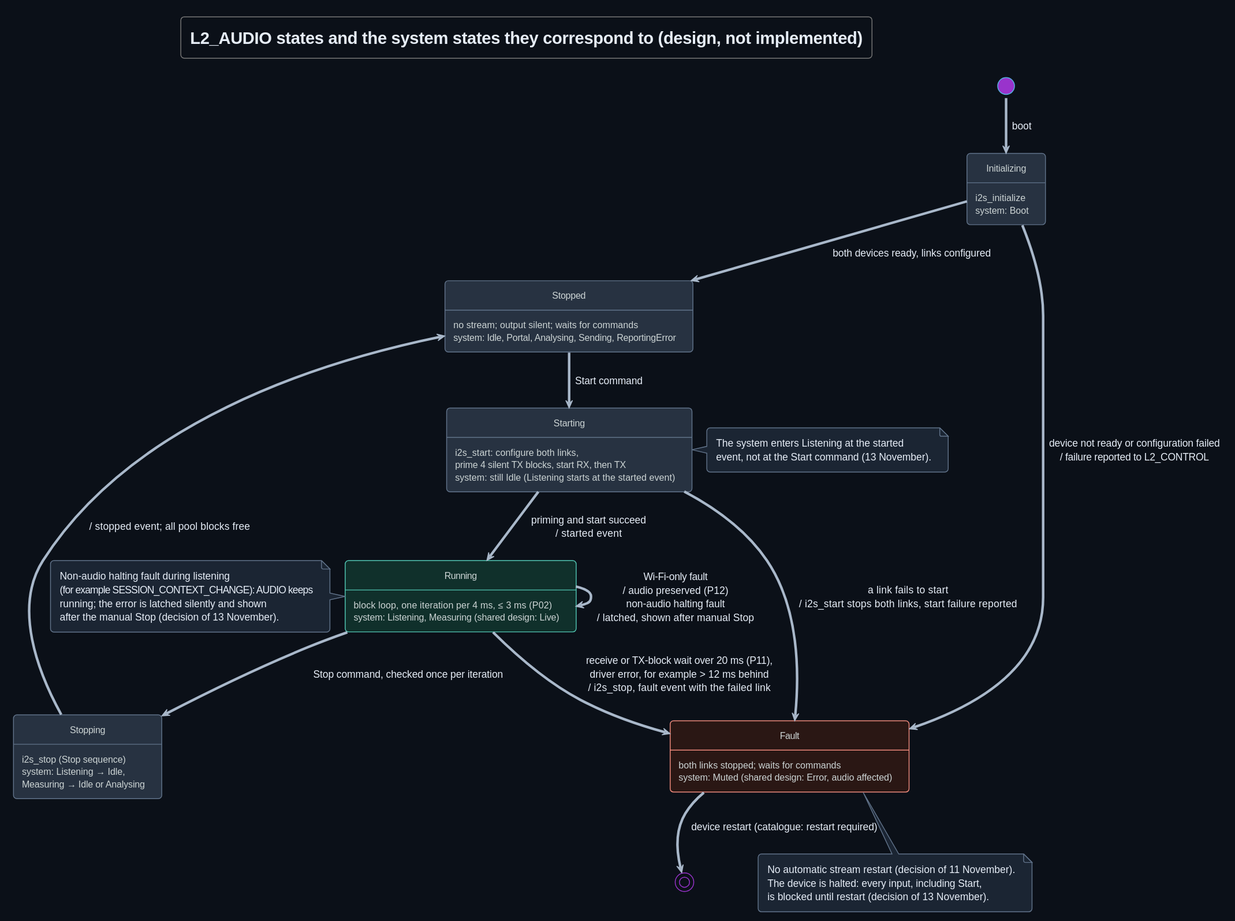
DemonicPsychoII/DigitalStethoscope keeps this PlantUML diagram as Development/system/design/AUDIO/rendered/audio_state.svg. Above is the earlier version. Its diagram source:
```plantuml
@startuml
!theme cyborg
!pragma layout smetana
skinparam shadowing false
skinparam defaultFontName SansSerif
skinparam backgroundColor #0b1018
skinparam defaultFontColor #e6edf7
skinparam ArrowColor #a9b8ca
skinparam ArrowFontColor #e6edf7
skinparam state {
 BackgroundColor #273241
 BorderColor #61738a
 FontColor #e6edf7
 AttributeFontColor #cdd5d5
 BackgroundColor<<running>> #10302b
 BorderColor<<running>> #52c7b4
 BackgroundColor<<fault>> #2a1714
 BorderColor<<fault>> #f08a7c
 BackgroundColor<<unclear>> #3a3320
 BorderColor<<unclear>> #dcbb63
}
skinparam note {
 BackgroundColor #1b2533
 BorderColor #61738a
 FontColor #e6edf7
}
title L2_AUDIO states and the system states they correspond to (design, not implemented)
hide empty description
state "Initializing" as Initializing : i2s_initialize\nsystem: Boot
state "Stopped" as Stopped : no stream; output silent; waits for commands\nsystem: Idle, Portal, Analysing, Sending, ReportingError
state "Starting" as Starting : i2s_start: configure both links,\nprime 4 silent TX blocks, start RX, then TX\nsystem: still Idle (Listening starts at the started event)
state "Running" as Running <<running>> : block loop, one iteration per 4 ms, ≤ 3 ms (P02)\nsystem: Listening, Measuring (shared design: Live)
state "Stopping" as Stopping : i2s_stop (Stop sequence)\nsystem: Listening → Idle,\nMeasuring → Idle or Analysing
state "Fault" as Fault <<fault>> : both links stopped; waits for commands\nsystem: Muted (shared design: Error, audio affected)
[*] --> Initializing : boot
Initializing --> Stopped : both devices ready, links configured
Initializing --> Fault : device not ready or configuration failed\n/ failure reported to L2_CONTROL
Stopped --> Starting : Start command
Starting --> Running : priming and start succeed\n/ started event
Starting --> Fault : a link fails to start\n/ i2s_start stops both links, start failure reported
Running --> Stopping : Stop command, checked once per iteration
Stopping --> Stopped : / stopped event; all pool blocks free
Running --> Fault : receive or TX-block wait over 20 ms (P11),\ndriver error, for example > 12 ms behind\n/ i2s_stop, fault event with the failed link
Running --> Running : Wi-Fi-only fault\n/ audio preserved (P12)\nnon-audio halting fault\n/ latched, shown after manual Stop
Fault --> [*] : device restart (catalogue: restart required)
note bottom of Fault
  No automatic stream restart (decision of 11 November).
  The device is halted: every input, including Start,
  is blocked until restart (decision of 13 November).
end note
note left of Running
  Non-audio halting fault during listening
  (for example SESSION_CONTEXT_CHANGE): AUDIO keeps
  running; the error is latched silently and shown
  after the manual Stop (decision of 13 November).
end note
note right of Starting
  The system enters Listening at the started
  event, not at the Start command (13 November).
end note
@enduml
```
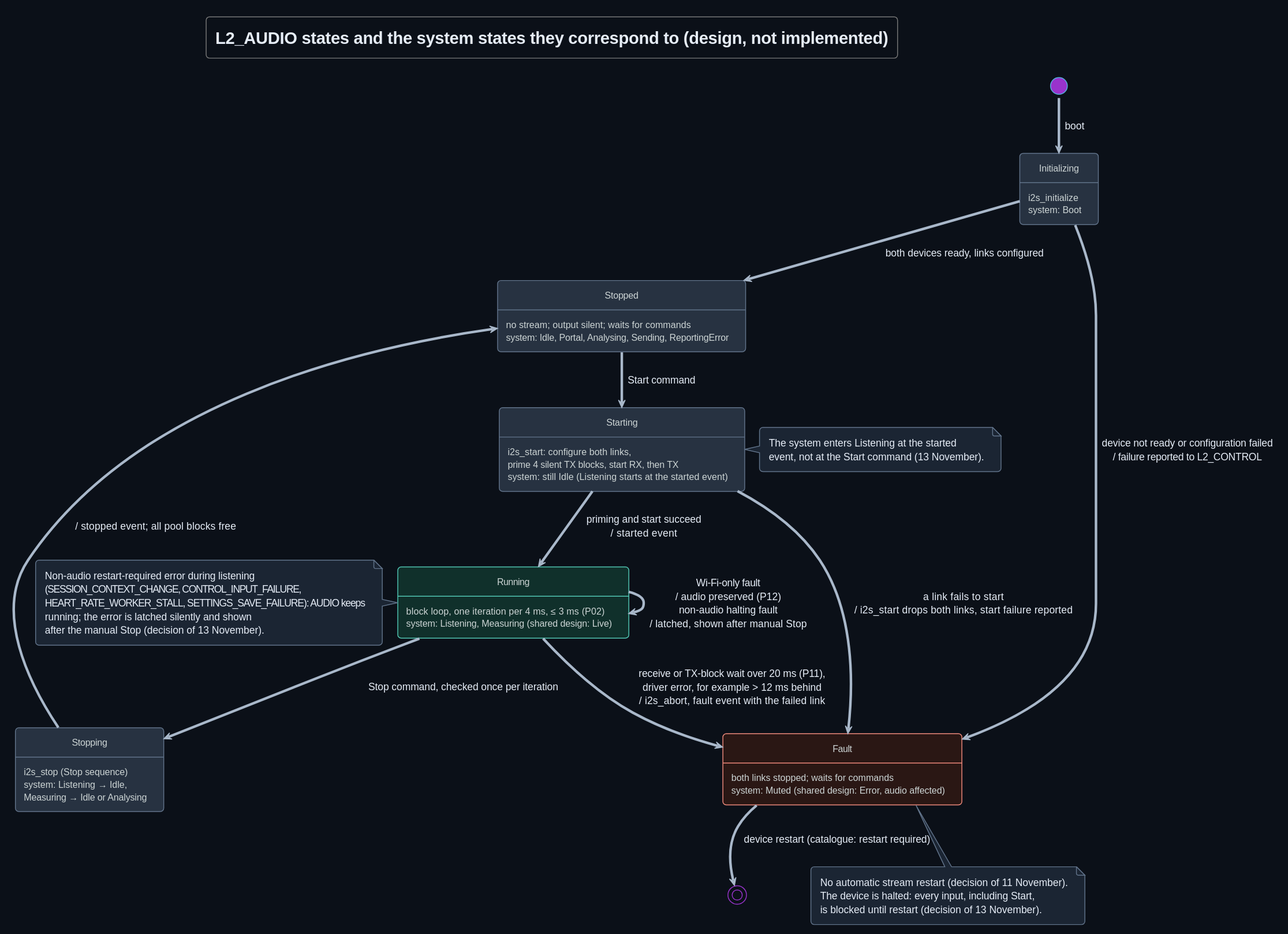
Above is the later version.

Commit message:
TICKET-185: documentation: drop both audio links at once on any audio fault and defer all four non-audio restart-required errors during listening

Diff of the diagram source:
```diff
@@ -37,10 +37,10 @@
 Initializing --> Fault : device not ready or configuration failed\n/ failure reported to L2_CONTROL
 Stopped --> Starting : Start command
 Starting --> Running : priming and start succeed\n/ started event
-Starting --> Fault : a link fails to start\n/ i2s_start stops both links, start failure reported
+Starting --> Fault : a link fails to start\n/ i2s_start drops both links, start failure reported
 Running --> Stopping : Stop command, checked once per iteration
 Stopping --> Stopped : / stopped event; all pool blocks free
-Running --> Fault : receive or TX-block wait over 20 ms (P11),\ndriver error, for example > 12 ms behind\n/ i2s_stop, fault event with the failed link
+Running --> Fault : receive or TX-block wait over 20 ms (P11),\ndriver error, for example > 12 ms behind\n/ i2s_abort, fault event with the failed link
 Running --> Running : Wi-Fi-only fault\n/ audio preserved (P12)\nnon-audio halting fault\n/ latched, shown after manual Stop
 Fault --> [*] : device restart (catalogue: restart required)
 note bottom of Fault
@@ -49,8 +49,9 @@
   is blocked until restart (decision of 13 November).
 end note
 note left of Running
-  Non-audio halting fault during listening
-  (for example SESSION_CONTEXT_CHANGE): AUDIO keeps
+  Non-audio restart-required error during listening
+  (SESSION_CONTEXT_CHANGE, CONTROL_INPUT_FAILURE,
+  HEART_RATE_WORKER_STALL, SETTINGS_SAVE_FAILURE): AUDIO keeps
   running; the error is latched silently and shown
   after the manual Stop (decision of 13 November).
 end note
```
